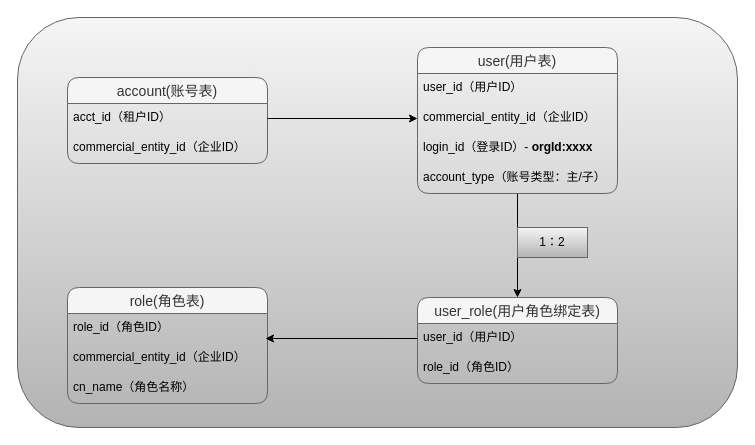
This is page "第 1 页" (1 of 3) of 线索落潜.drawio from zhaoxiangchun/myMarkdownImg, a draw.io file, before an edit. Source tidied: cells renumbered, new cells numbered last; positions are measured from the earlier drawing's top-left corner, leaving out a move shared by most shapes. Both pictures are drawn from the tidied source at 100%, with x=0, y=0 at pixel (17, 17).
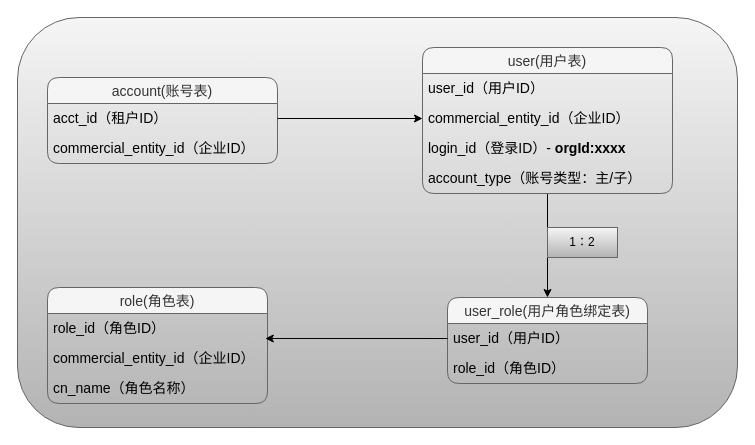
The same diagram, later.

Commit message:
更新线索落潜.drawio

The edit, as a diff of the source:
```diff
@@
     <mxCell id="3" value="account(账号表)" style="swimlane;fontStyle=0;horizontal=1;startSize=26;align=center;fontSize=14;shadow=0;rounded=1;fillColor=#f5f5f5;fontColor=#333333;strokeColor=#666666;" parent="1" vertex="1">
-      <mxGeometry x="50" y="60" width="200" height="86" as="geometry" />
+      <mxGeometry x="30" y="60" width="230" height="86" as="geometry" />
     </mxCell>
-    <mxCell id="4" value="acct_id（租户ID）" style="text;strokeColor=none;fillColor=none;spacingLeft=4;spacingRight=4;overflow=hidden;points=[[0,0.5],[1,0.5]];portConstraint=eastwest;fontSize=12;whiteSpace=wrap;html=1;" parent="3" vertex="1">
-      <mxGeometry y="26" width="200" height="30" as="geometry" />
+    <mxCell id="4" value="&lt;font style=&quot;font-size: 14px;&quot;&gt;acct_id（租户ID）&lt;/font&gt;" style="text;strokeColor=none;fillColor=none;spacingLeft=4;spacingRight=4;overflow=hidden;points=[[0,0.5],[1,0.5]];portConstraint=eastwest;fontSize=12;whiteSpace=wrap;html=1;" parent="3" vertex="1">
+      <mxGeometry y="26" width="230" height="30" as="geometry" />
     </mxCell>
-    <mxCell id="5" value="commercial_entity_id（企业ID）" style="text;strokeColor=none;fillColor=none;spacingLeft=4;spacingRight=4;overflow=hidden;fontSize=12;whiteSpace=wrap;html=1;" parent="3" vertex="1">
-      <mxGeometry y="56" width="200" height="30" as="geometry" />
+    <mxCell id="5" value="&lt;font style=&quot;font-size: 14px;&quot;&gt;commercial_entity_id&lt;/font&gt;&lt;font style=&quot;font-size: 14px;&quot;&gt;（企业ID）&lt;/font&gt;" style="text;strokeColor=none;fillColor=none;spacingLeft=4;spacingRight=4;overflow=hidden;fontSize=12;whiteSpace=wrap;html=1;" parent="3" vertex="1">
+      <mxGeometry y="56" width="230" height="30" as="geometry" />
     </mxCell>
@@
     <mxCell id="7" value="user(用户表)" style="swimlane;fontStyle=0;horizontal=1;startSize=26;align=center;fontSize=14;shadow=0;rounded=1;fillColor=#f5f5f5;fontColor=#333333;strokeColor=#666666;" parent="1" vertex="1">
-      <mxGeometry x="400" y="30" width="200" height="146" as="geometry" />
+      <mxGeometry x="405" y="30" width="250" height="146" as="geometry" />
     </mxCell>
-    <mxCell id="8" value="user_id（用户ID）" style="text;strokeColor=none;fillColor=none;spacingLeft=4;spacingRight=4;overflow=hidden;fontSize=12;whiteSpace=wrap;html=1;" parent="7" vertex="1">
-      <mxGeometry y="26" width="200" height="30" as="geometry" />
+    <mxCell id="8" value="&lt;font style=&quot;font-size: 14px;&quot;&gt;user_id（用户ID）&lt;/font&gt;" style="text;strokeColor=none;fillColor=none;spacingLeft=4;spacingRight=4;overflow=hidden;fontSize=12;whiteSpace=wrap;html=1;" parent="7" vertex="1">
+      <mxGeometry y="26" width="250" height="30" as="geometry" />
     </mxCell>
-    <mxCell id="9" value="commercial_entity_id（企业ID）" style="text;strokeColor=none;fillColor=none;spacingLeft=4;spacingRight=4;overflow=hidden;points=[[0,0.5],[1,0.5]];portConstraint=eastwest;fontSize=12;whiteSpace=wrap;html=1;" parent="7" vertex="1">
-      <mxGeometry y="56" width="200" height="30" as="geometry" />
+    <mxCell id="9" value="&lt;font style=&quot;font-size: 14px;&quot;&gt;commercial_entity_id（企业ID）&lt;/font&gt;" style="text;strokeColor=none;fillColor=none;spacingLeft=4;spacingRight=4;overflow=hidden;points=[[0,0.5],[1,0.5]];portConstraint=eastwest;fontSize=12;whiteSpace=wrap;html=1;" parent="7" vertex="1">
+      <mxGeometry y="56" width="250" height="30" as="geometry" />
     </mxCell>
-    <mxCell id="10" value="login_id（登录ID）- &lt;b&gt;orgId:xxxx&lt;/b&gt;" style="text;strokeColor=none;fillColor=none;spacingLeft=4;spacingRight=4;overflow=hidden;fontSize=12;whiteSpace=wrap;html=1;" parent="7" vertex="1">
-      <mxGeometry y="86" width="200" height="30" as="geometry" />
+    <mxCell id="10" value="&lt;font style=&quot;font-size: 14px;&quot;&gt;login_id（登录ID）- &lt;b&gt;orgId:xxxx&lt;/b&gt;&lt;/font&gt;" style="text;strokeColor=none;fillColor=none;spacingLeft=4;spacingRight=4;overflow=hidden;fontSize=12;whiteSpace=wrap;html=1;" parent="7" vertex="1">
+      <mxGeometry y="86" width="250" height="30" as="geometry" />
     </mxCell>
-    <mxCell id="11" value="account_type（账号类型：主/子）" style="text;strokeColor=none;fillColor=none;spacingLeft=4;spacingRight=4;overflow=hidden;fontSize=12;whiteSpace=wrap;html=1;" parent="7" vertex="1">
-      <mxGeometry y="116" width="200" height="30" as="geometry" />
+    <mxCell id="11" value="&lt;font style=&quot;font-size: 14px;&quot;&gt;account_type（账号类型：主/子）&lt;/font&gt;" style="text;strokeColor=none;fillColor=none;spacingLeft=4;spacingRight=4;overflow=hidden;fontSize=12;whiteSpace=wrap;html=1;" parent="7" vertex="1">
+      <mxGeometry y="116" width="250" height="30" as="geometry" />
     </mxCell>
@@
     <mxCell id="13" value="user_role(用户角色绑定表)" style="swimlane;fontStyle=0;horizontal=1;startSize=26;align=center;fontSize=14;shadow=0;rounded=1;fillColor=#f5f5f5;fontColor=#333333;strokeColor=#666666;" parent="1" vertex="1">
-      <mxGeometry x="400" y="280" width="200" height="86" as="geometry" />
+      <mxGeometry x="430" y="280" width="200" height="86" as="geometry" />
     </mxCell>
-    <mxCell id="14" value="user_id（用户ID）" style="text;strokeColor=none;fillColor=none;spacingLeft=4;spacingRight=4;overflow=hidden;points=[[0,0.5],[1,0.5]];portConstraint=eastwest;fontSize=12;whiteSpace=wrap;html=1;" parent="13" vertex="1">
+    <mxCell id="14" value="&lt;font style=&quot;font-size: 14px;&quot;&gt;user_id（用户ID）&lt;/font&gt;" style="text;strokeColor=none;fillColor=none;spacingLeft=4;spacingRight=4;overflow=hidden;points=[[0,0.5],[1,0.5]];portConstraint=eastwest;fontSize=12;whiteSpace=wrap;html=1;" parent="13" vertex="1">
       <mxGeometry y="26" width="200" height="30" as="geometry" />
     </mxCell>
-    <mxCell id="15" value="role_id（角色ID）" style="text;strokeColor=none;fillColor=none;spacingLeft=4;spacingRight=4;overflow=hidden;fontSize=12;whiteSpace=wrap;html=1;" parent="13" vertex="1">
+    <mxCell id="15" value="&lt;font style=&quot;font-size: 14px;&quot;&gt;role_id（角色ID）&lt;/font&gt;" style="text;strokeColor=none;fillColor=none;spacingLeft=4;spacingRight=4;overflow=hidden;fontSize=12;whiteSpace=wrap;html=1;" parent="13" vertex="1">
       <mxGeometry y="56" width="200" height="30" as="geometry" />
     </mxCell>
     <mxCell id="16" value="role(角色表)" style="swimlane;fontStyle=0;horizontal=1;startSize=26;align=center;fontSize=14;shadow=0;rounded=1;fillColor=#f5f5f5;fontColor=#333333;strokeColor=#666666;" parent="1" vertex="1">
-      <mxGeometry x="50" y="270" width="200" height="116" as="geometry" />
+      <mxGeometry x="30" y="270" width="220" height="116" as="geometry" />
     </mxCell>
-    <mxCell id="17" value="role_id（角色ID）" style="text;strokeColor=none;fillColor=none;spacingLeft=4;spacingRight=4;overflow=hidden;fontSize=12;whiteSpace=wrap;html=1;" parent="16" vertex="1">
-      <mxGeometry y="26" width="200" height="30" as="geometry" />
+    <mxCell id="17" value="&lt;font style=&quot;font-size: 14px;&quot;&gt;role_id（角色ID）&lt;/font&gt;" style="text;strokeColor=none;fillColor=none;spacingLeft=4;spacingRight=4;overflow=hidden;fontSize=12;whiteSpace=wrap;html=1;" parent="16" vertex="1">
+      <mxGeometry y="26" width="220" height="30" as="geometry" />
     </mxCell>
-    <mxCell id="18" value="commercial_entity_id（企业ID）" style="text;strokeColor=none;fillColor=none;spacingLeft=4;spacingRight=4;overflow=hidden;points=[[0,0.5],[1,0.5]];portConstraint=eastwest;fontSize=12;whiteSpace=wrap;html=1;" parent="16" vertex="1">
-      <mxGeometry y="56" width="200" height="30" as="geometry" />
+    <mxCell id="18" value="&lt;font style=&quot;font-size: 14px;&quot;&gt;commercial_entity_id（企业ID）&lt;/font&gt;" style="text;strokeColor=none;fillColor=none;spacingLeft=4;spacingRight=4;overflow=hidden;points=[[0,0.5],[1,0.5]];portConstraint=eastwest;fontSize=12;whiteSpace=wrap;html=1;" parent="16" vertex="1">
+      <mxGeometry y="56" width="220" height="30" as="geometry" />
     </mxCell>
-    <mxCell id="19" value="cn_name（角色名称）" style="text;strokeColor=none;fillColor=none;spacingLeft=4;spacingRight=4;overflow=hidden;fontSize=12;whiteSpace=wrap;html=1;" parent="16" vertex="1">
-      <mxGeometry y="86" width="200" height="30" as="geometry" />
+    <mxCell id="19" value="&lt;font style=&quot;font-size: 14px;&quot;&gt;cn_name（角色名称）&lt;/font&gt;" style="text;strokeColor=none;fillColor=none;spacingLeft=4;spacingRight=4;overflow=hidden;fontSize=12;whiteSpace=wrap;html=1;" parent="16" vertex="1">
+      <mxGeometry y="86" width="220" height="30" as="geometry" />
     </mxCell>
@@
     <mxCell id="21" value="1：2" style="rounded=0;whiteSpace=wrap;html=1;fillColor=#f5f5f5;gradientColor=#b3b3b3;strokeColor=#666666;" parent="1" vertex="1">
-      <mxGeometry x="500" y="210" width="70" height="30" as="geometry" />
+      <mxGeometry x="530" y="210" width="70" height="30" as="geometry" />
     </mxCell>
```
